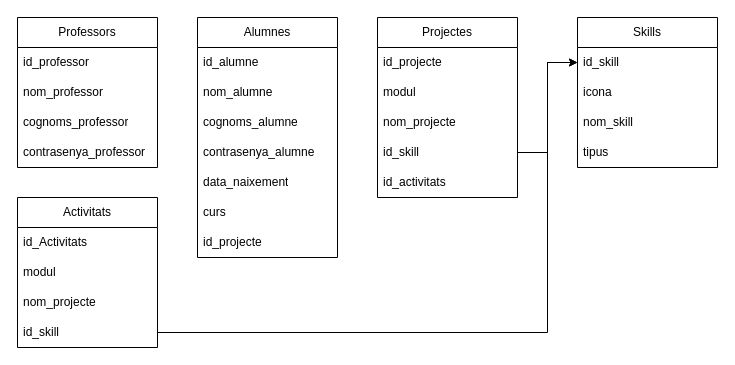
Above: Micro02-BBDD.drawio in MiguelGallardoRevaliente/Micro02 (draw.io), before the change. Source tidied: cells renumbered, new cells numbered last; positions are measured from the earlier drawing's top-left corner, leaving out a move shared by most shapes. Both pictures are drawn from the tidied source at 100%, with x=0, y=0 at pixel (17, 17).
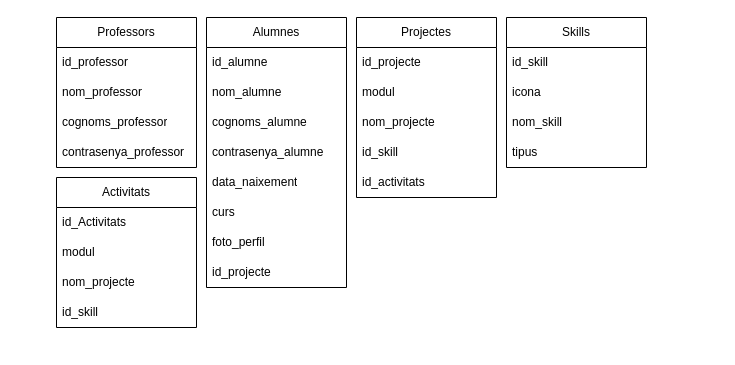
After the change.

The change refers to these unchanged cells:
```xml
<mxCell id="19" value="id_skill" style="text;strokeColor=none;fillColor=none;align=left;verticalAlign=middle;spacingLeft=4;spacingRight=4;overflow=hidden;points=[[0,0.5],[1,0.5]];portConstraint=eastwest;whiteSpace=wrap;html=1;" parent="15" vertex="1">
  <mxGeometry y="120" width="140" height="30" as="geometry" />
</mxCell>
<mxCell id="22" value="id_skill" style="text;strokeColor=none;fillColor=none;align=left;verticalAlign=middle;spacingLeft=4;spacingRight=4;overflow=hidden;points=[[0,0.5],[1,0.5]];portConstraint=eastwest;whiteSpace=wrap;html=1;" parent="21" vertex="1">
  <mxGeometry y="30" width="140" height="30" as="geometry" />
</mxCell>
<mxCell id="31" value="id_skill" style="text;strokeColor=none;fillColor=none;align=left;verticalAlign=middle;spacingLeft=4;spacingRight=4;overflow=hidden;points=[[0,0.5],[1,0.5]];portConstraint=eastwest;whiteSpace=wrap;html=1;" parent="27" vertex="1">
  <mxGeometry y="120" width="140" height="30" as="geometry" />
</mxCell>
```

The edit, as a diff of the source:
```diff
@@
     <mxCell id="2" value="Professors" style="swimlane;fontStyle=0;horizontal=1;startSize=30;whiteSpace=wrap;html=1;" parent="1" vertex="1">
-      <mxGeometry width="140" height="150" as="geometry" />
+      <mxGeometry x="39" width="140" height="150" as="geometry" />
     </mxCell>
@@
     <mxCell id="7" value="Alumnes" style="swimlane;fontStyle=0;horizontal=1;startSize=30;whiteSpace=wrap;html=1;" parent="1" vertex="1">
-      <mxGeometry x="180" width="140" height="240" as="geometry" />
+      <mxGeometry x="189" width="140" height="270" as="geometry" />
     </mxCell>
@@
+    <mxCell id="33" value="foto_perfil" style="text;strokeColor=none;fillColor=none;align=left;verticalAlign=middle;spacingLeft=4;spacingRight=4;overflow=hidden;whiteSpace=wrap;html=1;" parent="7" vertex="1">
+      <mxGeometry y="210" width="140" height="30" as="geometry" />
+    </mxCell>
     <mxCell id="14" value="id_projecte" style="text;strokeColor=none;fillColor=none;align=left;verticalAlign=middle;spacingLeft=4;spacingRight=4;overflow=hidden;whiteSpace=wrap;html=1;" parent="7" vertex="1">
-      <mxGeometry y="210" width="140" height="30" as="geometry" />
+      <mxGeometry y="240" width="140" height="30" as="geometry" />
     </mxCell>
     <mxCell id="15" value="Projectes" style="swimlane;fontStyle=0;horizontal=1;startSize=30;whiteSpace=wrap;html=1;" parent="1" vertex="1">
-      <mxGeometry x="360" width="140" height="180" as="geometry" />
+      <mxGeometry x="339" width="140" height="180" as="geometry" />
     </mxCell>
@@
     <mxCell id="21" value="Skills" style="swimlane;fontStyle=0;horizontal=1;startSize=30;whiteSpace=wrap;html=1;" parent="1" vertex="1">
-      <mxGeometry x="560" width="140" height="150" as="geometry" />
+      <mxGeometry x="489" width="140" height="150" as="geometry" />
     </mxCell>
@@
-    <mxCell id="26" style="edgeStyle=orthogonalEdgeStyle;rounded=0;jettySize=auto;html=1;exitX=1;exitY=0.5;exitDx=0;exitDy=0;entryX=0;entryY=0.5;entryDx=0;entryDy=0;" parent="1" edge="1" source="19" target="22">
-      <mxGeometry relative="1" as="geometry" />
-    </mxCell>
     <mxCell id="27" value="Activitats" style="swimlane;fontStyle=0;horizontal=1;startSize=30;whiteSpace=wrap;html=1;" parent="1" vertex="1">
-      <mxGeometry y="180" width="140" height="150" as="geometry" />
+      <mxGeometry x="39" y="160" width="140" height="150" as="geometry" />
     </mxCell>
@@
-    <mxCell id="32" style="edgeStyle=orthogonalEdgeStyle;rounded=0;jettySize=auto;html=1;exitX=1;exitY=0.5;exitDx=0;exitDy=0;entryX=0;entryY=0.5;entryDx=0;entryDy=0;" parent="1" edge="1" source="31" target="22">
-      <mxGeometry relative="1" as="geometry">
-        <Array as="points">
-          <mxPoint x="530" y="315" />
-          <mxPoint x="530" y="45" />
-        </Array>
-      </mxGeometry>
-    </mxCell>
```
